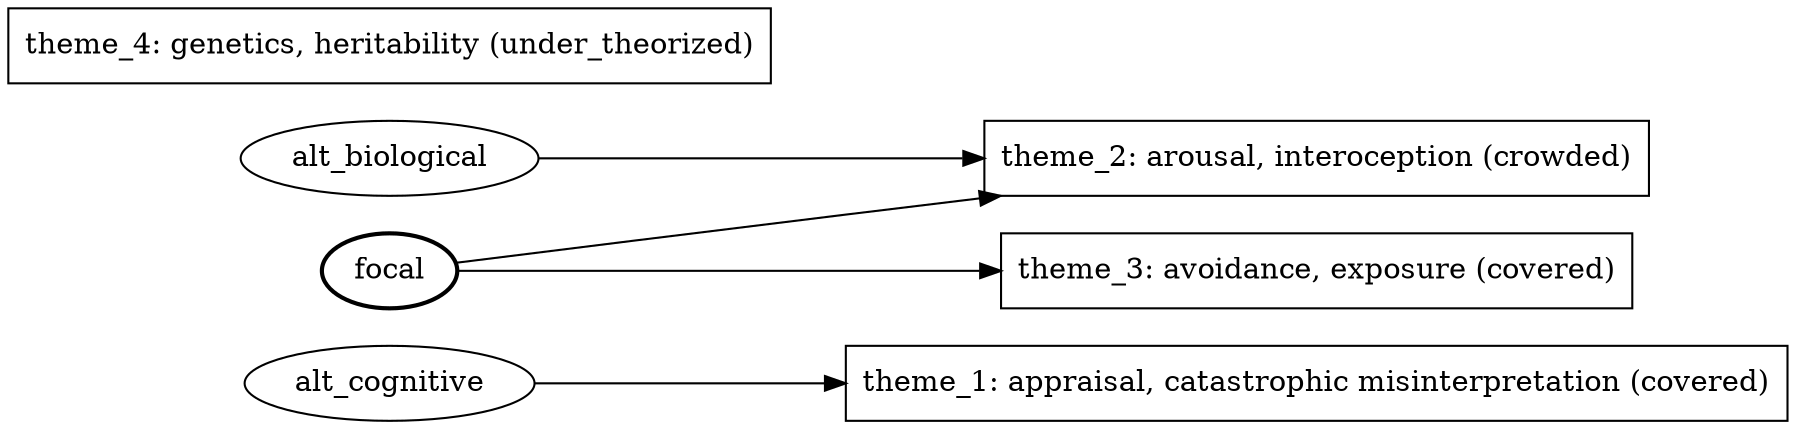
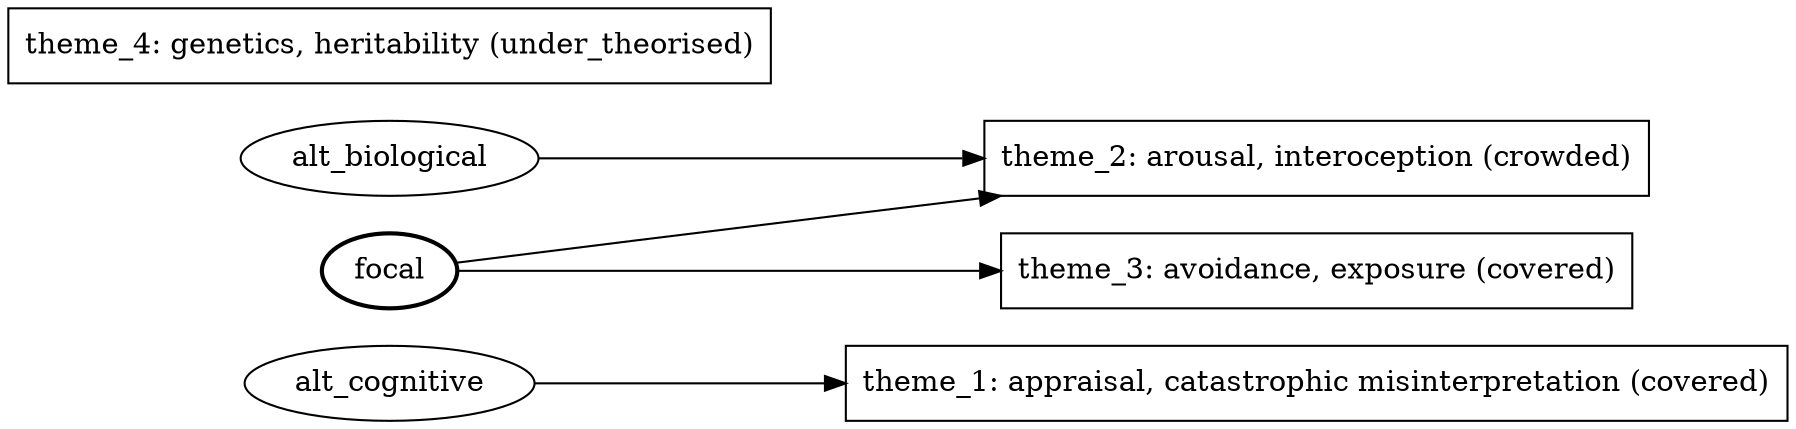
digraph theme_landscape {
  rankdir=LR;
  node [shape=box];
  "theme_1" [label="theme_1: appraisal, catastrophic misinterpretation (covered)"];
  "theme_2" [label="theme_2: arousal, interoception (crowded)"];
  "theme_3" [label="theme_3: avoidance, exposure (covered)"];
-   "theme_4" [label="theme_4: genetics, heritability (under_theorized)"];
+   "theme_4" [label="theme_4: genetics, heritability (under_theorised)"];
  "alt_cognitive" [label="alt_cognitive", shape=ellipse];
  "alt_biological" [label="alt_biological", shape=ellipse];
  "focal" [label="focal", shape=ellipse, style=bold];
  "alt_cognitive" -> "theme_1";
  "alt_biological" -> "theme_2";
  "focal" -> "theme_2";
  "focal" -> "theme_3";
}
